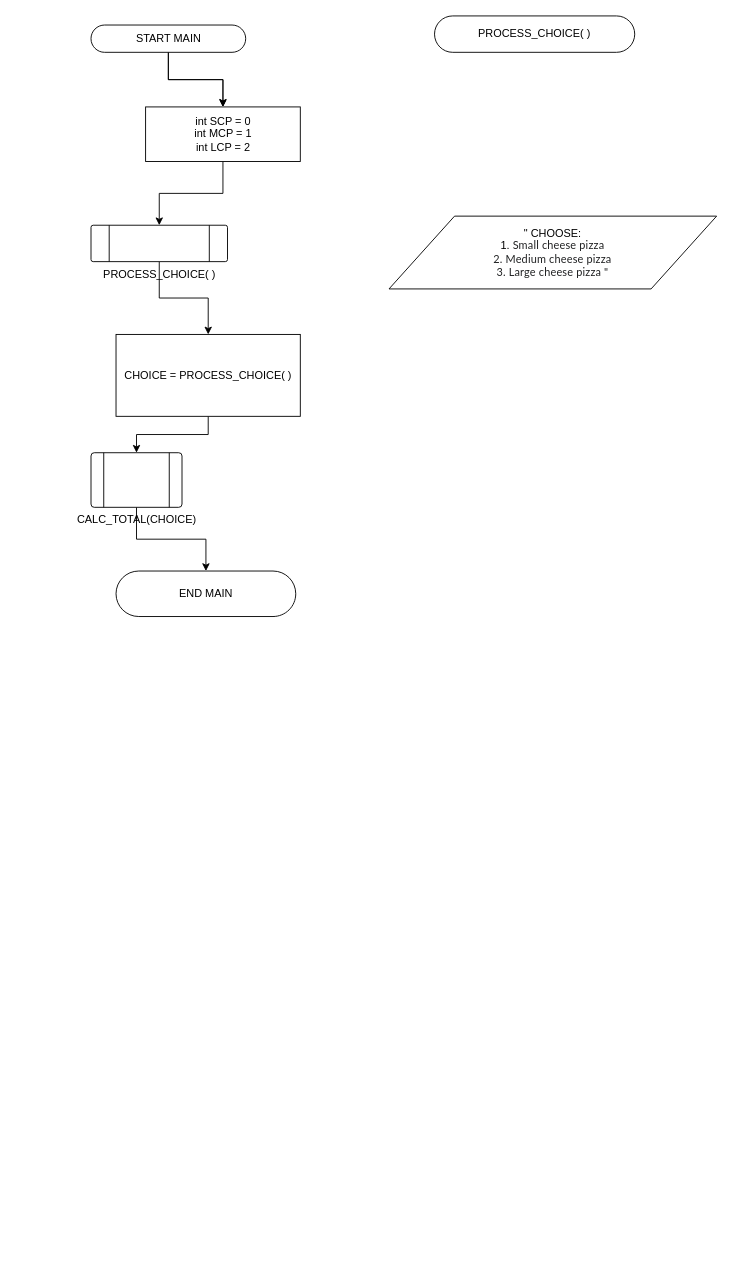
The draw.io diagram doc/Week 5 Assignment.drawio in RedjaderCode/redjader, before the edit. Source tidied: cells renumbered, new cells numbered last; positions are measured from the earlier drawing's top-left corner, leaving out a move shared by most shapes. Both pictures are drawn from the tidied source at 91%, with x=0, y=0 at pixel (90, 15).
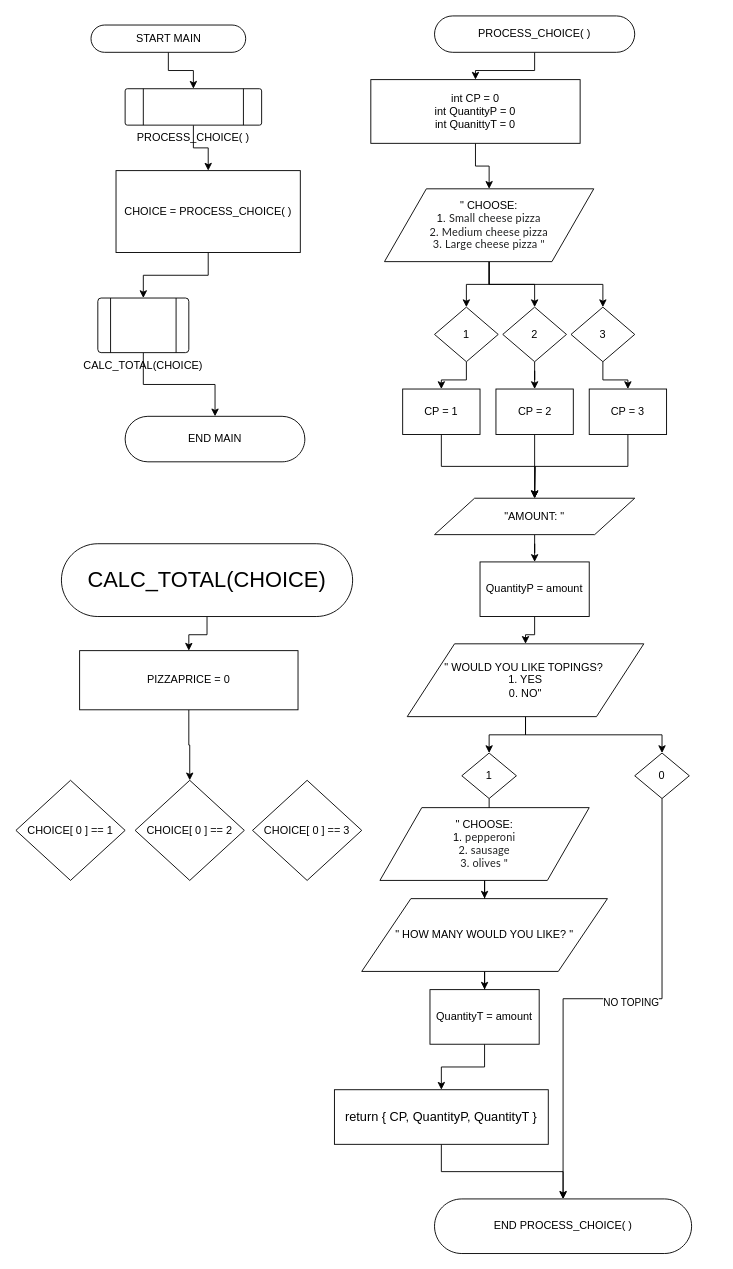
The same diagram, later.

Unchanged cells that the change refers to:
```xml
<mxCell id="4" value="START MAIN" style="html=1;dashed=0;whiteSpace=wrap;shape=mxgraph.dfd.start;" parent="1" vertex="1">
  <mxGeometry x="0.5" y="10" width="170" height="30" as="geometry" />
</mxCell>
<mxCell id="15" value="PROCESS_CHOICE( )" style="html=1;dashed=0;whiteSpace=wrap;shape=mxgraph.dfd.start;" parent="1" vertex="1">
  <mxGeometry x="378" width="220" height="40" as="geometry" />
</mxCell>
```

What changed in the source:
```diff
@@
-    <mxCell id="2" style="edgeStyle=orthogonalEdgeStyle;rounded=0;jettySize=auto;html=1;" parent="1" edge="1" source="4" target="6">
-      <mxGeometry relative="1" as="geometry" />
-    </mxCell>
-    <mxCell id="3" style="edgeStyle=orthogonalEdgeStyle;rounded=0;jettySize=auto;html=1;" parent="1" edge="1" source="4" target="6">
-      <mxGeometry relative="1" as="geometry" />
-    </mxCell>
+    <mxCell id="16" style="edgeStyle=orthogonalEdgeStyle;rounded=0;jettySize=auto;html=1;" parent="1" edge="1" source="4" target="9">
+      <mxGeometry relative="1" as="geometry" />
+    </mxCell>
@@
-    <mxCell id="5" style="edgeStyle=orthogonalEdgeStyle;rounded=0;jettySize=auto;html=1;" parent="1" edge="1" source="6" target="9">
-      <mxGeometry relative="1" as="geometry" />
-    </mxCell>
-    <mxCell id="6" value="int SCP = 0&lt;div&gt;int MCP = 1&lt;/div&gt;&lt;div&gt;int LCP = 2&lt;/div&gt;" style="html=1;dashed=0;whiteSpace=wrap;" parent="1" vertex="1">
-      <mxGeometry x="60.5" y="100" width="170" height="60" as="geometry" />
-    </mxCell>
+    <mxCell id="17" style="edgeStyle=orthogonalEdgeStyle;rounded=0;jettySize=auto;html=1;entryX=0.5;entryY=0;entryDx=0;entryDy=0;" parent="1" edge="1" source="7" target="28">
+      <mxGeometry relative="1" as="geometry" />
+    </mxCell>
+    <mxCell id="18" style="edgeStyle=orthogonalEdgeStyle;rounded=0;jettySize=auto;html=1;" parent="1" edge="1" source="7" target="24">
+      <mxGeometry relative="1" as="geometry" />
+    </mxCell>
+    <mxCell id="19" style="edgeStyle=orthogonalEdgeStyle;rounded=0;jettySize=auto;html=1;entryX=0.5;entryY=0;entryDx=0;entryDy=0;" parent="1" edge="1" source="7" target="26">
+      <mxGeometry relative="1" as="geometry" />
+    </mxCell>
     <mxCell id="7" value="&lt;font style=&quot;font-size: 12px;&quot;&gt;&quot;&amp;nbsp;&lt;/font&gt;&lt;span style=&quot;background-color: initial;&quot;&gt;CHOOSE:&lt;/span&gt;&lt;div&gt;&lt;font style=&quot;font-size: 12px;&quot;&gt;1.&amp;nbsp;&lt;span style=&quot;color: rgb(32, 33, 34); font-family: Lato, &amp;quot;Lucida Sans Unicode&amp;quot;, &amp;quot;Lucida Grande&amp;quot;, sans-serif; letter-spacing: 0.2px; text-align: start; background-color: rgb(255, 255, 255);&quot;&gt;Small cheese pizza&lt;/span&gt;&lt;/font&gt;&lt;div&gt;&lt;font style=&quot;font-size: 12px;&quot;&gt;&lt;span style=&quot;color: rgb(32, 33, 34); font-family: Lato, &amp;quot;Lucida Sans Unicode&amp;quot;, &amp;quot;Lucida Grande&amp;quot;, sans-serif; letter-spacing: 0.2px; text-align: start; background-color: rgb(255, 255, 255);&quot;&gt;2. Medium cheese pizza&lt;/span&gt;&lt;/font&gt;&lt;/div&gt;&lt;div&gt;&lt;font style=&quot;font-size: 12px;&quot;&gt;&lt;span style=&quot;color: rgb(32, 33, 34); font-family: Lato, &amp;quot;Lucida Sans Unicode&amp;quot;, &amp;quot;Lucida Grande&amp;quot;, sans-serif; letter-spacing: 0.2px; text-align: start; background-color: rgb(255, 255, 255);&quot;&gt;3. Large cheese pizza &quot;&lt;/span&gt;&lt;/font&gt;&lt;/div&gt;&lt;/div&gt;" style="shape=parallelogram;perimeter=parallelogramPerimeter;whiteSpace=wrap;html=1;dashed=0;" parent="1" vertex="1">
-      <mxGeometry x="328" y="220" width="360" height="80" as="geometry" />
+      <mxGeometry x="323" y="190" width="230" height="80" as="geometry" />
     </mxCell>
@@
     <mxCell id="9" value="PROCESS_CHOICE( )" style="verticalLabelPosition=bottom;verticalAlign=top;html=1;shape=process;whiteSpace=wrap;rounded=1;size=0.13636363636363635;arcSize=6;" parent="1" vertex="1">
-      <mxGeometry x="0.5" y="230" width="150" height="40" as="geometry" />
+      <mxGeometry x="38" y="80" width="150" height="40" as="geometry" />
     </mxCell>
@@
     <mxCell id="11" value="CHOICE = PROCESS_CHOICE( )" style="html=1;dashed=0;whiteSpace=wrap;" parent="1" vertex="1">
-      <mxGeometry x="28" y="350" width="202.5" height="90" as="geometry" />
+      <mxGeometry x="28" y="170" width="202.5" height="90" as="geometry" />
     </mxCell>
@@
     <mxCell id="13" value="CALC_TOTAL(CHOICE)" style="verticalLabelPosition=bottom;verticalAlign=top;html=1;shape=process;whiteSpace=wrap;rounded=1;size=0.14;arcSize=6;" parent="1" vertex="1">
-      <mxGeometry x="0.5" y="480" width="100" height="60" as="geometry" />
+      <mxGeometry x="8" y="310" width="100" height="60" as="geometry" />
     </mxCell>
     <mxCell id="14" value="END MAIN" style="html=1;dashed=0;whiteSpace=wrap;shape=mxgraph.dfd.start;" parent="1" vertex="1">
-      <mxGeometry x="28" y="610" width="197.5" height="50" as="geometry" />
+      <mxGeometry x="38" y="440" width="197.5" height="50" as="geometry" />
     </mxCell>
+    <mxCell id="20" style="edgeStyle=orthogonalEdgeStyle;rounded=0;jettySize=auto;html=1;" parent="1" edge="1" source="15" target="22">
+      <mxGeometry relative="1" as="geometry" />
+    </mxCell>
@@
+    <mxCell id="21" style="edgeStyle=orthogonalEdgeStyle;rounded=0;jettySize=auto;html=1;" parent="1" edge="1" source="22" target="7">
+      <mxGeometry relative="1" as="geometry" />
+    </mxCell>
+    <mxCell id="22" value="&lt;div&gt;int CP = 0&lt;/div&gt;&lt;div&gt;int QuantityP = 0&lt;/div&gt;&lt;div&gt;int QuanittyT = 0&lt;/div&gt;" style="html=1;dashed=0;whiteSpace=wrap;" parent="1" vertex="1">
+      <mxGeometry x="308" y="70" width="230" height="70" as="geometry" />
+    </mxCell>
+    <mxCell id="23" style="edgeStyle=orthogonalEdgeStyle;rounded=0;jettySize=auto;html=1;" parent="1" edge="1" source="24" target="30">
+      <mxGeometry relative="1" as="geometry" />
+    </mxCell>
+    <mxCell id="24" value="1" style="rhombus;whiteSpace=wrap;html=1;dashed=0;" parent="1" vertex="1">
+      <mxGeometry x="378" y="320" width="70" height="60" as="geometry" />
+    </mxCell>
+    <mxCell id="25" style="edgeStyle=orthogonalEdgeStyle;rounded=0;jettySize=auto;html=1;" parent="1" edge="1" source="26" target="34">
+      <mxGeometry relative="1" as="geometry" />
+    </mxCell>
+    <mxCell id="26" value="3" style="rhombus;whiteSpace=wrap;html=1;dashed=0;" parent="1" vertex="1">
+      <mxGeometry x="528" y="320" width="70" height="60" as="geometry" />
+    </mxCell>
+    <mxCell id="27" style="edgeStyle=orthogonalEdgeStyle;rounded=0;jettySize=auto;html=1;" parent="1" edge="1" source="28" target="32">
+      <mxGeometry relative="1" as="geometry" />
+    </mxCell>
+    <mxCell id="28" value="2" style="rhombus;whiteSpace=wrap;html=1;dashed=0;" parent="1" vertex="1">
+      <mxGeometry x="453" y="320" width="70" height="60" as="geometry" />
+    </mxCell>
+    <mxCell id="29" style="edgeStyle=orthogonalEdgeStyle;rounded=0;jettySize=auto;html=1;exitX=0.5;exitY=1;exitDx=0;exitDy=0;entryX=0.5;entryY=0;entryDx=0;entryDy=0;" parent="1" edge="1" source="30">
+      <mxGeometry relative="1" as="geometry">
+        <mxPoint x="488" y="530" as="targetPoint" />
+      </mxGeometry>
+    </mxCell>
+    <mxCell id="30" value="CP = 1" style="whiteSpace=wrap;html=1;dashed=0;" parent="1" vertex="1">
+      <mxGeometry x="343" y="410" width="85" height="50" as="geometry" />
+    </mxCell>
+    <mxCell id="31" style="edgeStyle=orthogonalEdgeStyle;rounded=0;jettySize=auto;html=1;" parent="1" edge="1" source="32">
+      <mxGeometry relative="1" as="geometry">
+        <mxPoint x="488" y="530" as="targetPoint" />
+      </mxGeometry>
+    </mxCell>
+    <mxCell id="32" value="CP = 2" style="whiteSpace=wrap;html=1;dashed=0;" parent="1" vertex="1">
+      <mxGeometry x="445.5" y="410" width="85" height="50" as="geometry" />
+    </mxCell>
+    <mxCell id="33" style="edgeStyle=orthogonalEdgeStyle;rounded=0;jettySize=auto;html=1;exitX=0.5;exitY=1;exitDx=0;exitDy=0;" parent="1" edge="1" source="34">
+      <mxGeometry relative="1" as="geometry">
+        <mxPoint x="488" y="530" as="targetPoint" />
+      </mxGeometry>
+    </mxCell>
+    <mxCell id="34" value="CP = 3" style="whiteSpace=wrap;html=1;dashed=0;" parent="1" vertex="1">
+      <mxGeometry x="548" y="410" width="85" height="50" as="geometry" />
+    </mxCell>
+    <mxCell id="35" style="edgeStyle=orthogonalEdgeStyle;rounded=0;jettySize=auto;html=1;" parent="1" edge="1" source="36" target="38">
+      <mxGeometry relative="1" as="geometry" />
+    </mxCell>
+    <mxCell id="36" value="&quot;AMOUNT: &quot;" style="shape=parallelogram;perimeter=parallelogramPerimeter;whiteSpace=wrap;html=1;dashed=0;" parent="1" vertex="1">
+      <mxGeometry x="378" y="530" width="220" height="40" as="geometry" />
+    </mxCell>
+    <mxCell id="37" style="edgeStyle=orthogonalEdgeStyle;rounded=0;jettySize=auto;html=1;" parent="1" edge="1" source="38" target="41">
+      <mxGeometry relative="1" as="geometry" />
+    </mxCell>
+    <mxCell id="38" value="QuantityP = amount" style="whiteSpace=wrap;html=1;dashed=0;" parent="1" vertex="1">
+      <mxGeometry x="428" y="600" width="120" height="60" as="geometry" />
+    </mxCell>
+    <mxCell id="39" style="edgeStyle=orthogonalEdgeStyle;rounded=0;jettySize=auto;html=1;entryX=0.5;entryY=0;entryDx=0;entryDy=0;" parent="1" edge="1" source="41" target="43">
+      <mxGeometry relative="1" as="geometry" />
+    </mxCell>
+    <mxCell id="40" style="edgeStyle=orthogonalEdgeStyle;rounded=0;jettySize=auto;html=1;entryX=0.5;entryY=0;entryDx=0;entryDy=0;" parent="1" edge="1" source="41" target="44">
+      <mxGeometry relative="1" as="geometry" />
+    </mxCell>
+    <mxCell id="41" value="&quot; WOULD YOU LIKE TOPINGS?&amp;nbsp;&lt;div&gt;1. YES&lt;/div&gt;&lt;div&gt;0. NO&lt;span style=&quot;background-color: initial;&quot;&gt;&quot;&lt;/span&gt;&lt;/div&gt;" style="shape=parallelogram;perimeter=parallelogramPerimeter;whiteSpace=wrap;html=1;dashed=0;" parent="1" vertex="1">
+      <mxGeometry x="348" y="690" width="260" height="80" as="geometry" />
+    </mxCell>
+    <mxCell id="42" style="edgeStyle=orthogonalEdgeStyle;rounded=0;jettySize=auto;html=1;" parent="1" edge="1" source="43" target="46">
+      <mxGeometry relative="1" as="geometry" />
+    </mxCell>
+    <mxCell id="43" value="1" style="shape=rhombus;html=1;dashed=0;whiteSpace=wrap;perimeter=rhombusPerimeter;" parent="1" vertex="1">
+      <mxGeometry x="408" y="810" width="60" height="50" as="geometry" />
+    </mxCell>
+    <mxCell id="44" value="0" style="shape=rhombus;html=1;dashed=0;whiteSpace=wrap;perimeter=rhombusPerimeter;" parent="1" vertex="1">
+      <mxGeometry x="598" y="810" width="60" height="50" as="geometry" />
+    </mxCell>
+    <mxCell id="45" style="edgeStyle=orthogonalEdgeStyle;rounded=0;jettySize=auto;html=1;" parent="1" edge="1" source="46" target="48">
+      <mxGeometry relative="1" as="geometry" />
+    </mxCell>
+    <mxCell id="46" value="&lt;font style=&quot;font-size: 12px;&quot;&gt;&quot;&amp;nbsp;&lt;/font&gt;&lt;span style=&quot;background-color: initial;&quot;&gt;CHOOSE:&lt;/span&gt;&lt;div&gt;&lt;div style=&quot;text-align: start;&quot;&gt;&lt;span style=&quot;background-color: initial;&quot;&gt;1. &lt;/span&gt;&lt;font face=&quot;Lato, Lucida Sans Unicode, Lucida Grande, sans-serif&quot; color=&quot;#202122&quot;&gt;&lt;span style=&quot;letter-spacing: 0.2px; background-color: rgb(255, 255, 255);&quot;&gt;pepperoni&lt;/span&gt;&lt;/font&gt;&lt;/div&gt;&lt;div&gt;&lt;font style=&quot;font-size: 12px;&quot;&gt;&lt;span style=&quot;color: rgb(32, 33, 34); font-family: Lato, &amp;quot;Lucida Sans Unicode&amp;quot;, &amp;quot;Lucida Grande&amp;quot;, sans-serif; letter-spacing: 0.2px; text-align: start; background-color: rgb(255, 255, 255);&quot;&gt;2. sausage&lt;/span&gt;&lt;/font&gt;&lt;/div&gt;&lt;div&gt;&lt;font style=&quot;font-size: 12px;&quot;&gt;&lt;span style=&quot;color: rgb(32, 33, 34); font-family: Lato, &amp;quot;Lucida Sans Unicode&amp;quot;, &amp;quot;Lucida Grande&amp;quot;, sans-serif; letter-spacing: 0.2px; text-align: start; background-color: rgb(255, 255, 255);&quot;&gt;3. olives &quot;&lt;/span&gt;&lt;/font&gt;&lt;/div&gt;&lt;/div&gt;" style="shape=parallelogram;perimeter=parallelogramPerimeter;whiteSpace=wrap;html=1;dashed=0;" parent="1" vertex="1">
+      <mxGeometry x="318" y="870" width="230" height="80" as="geometry" />
+    </mxCell>
+    <mxCell id="47" style="edgeStyle=orthogonalEdgeStyle;rounded=0;jettySize=auto;html=1;" parent="1" edge="1" source="48" target="50">
+      <mxGeometry relative="1" as="geometry" />
+    </mxCell>
+    <mxCell id="48" value="&quot; HOW MANY WOULD YOU LIKE? &quot;" style="shape=parallelogram;perimeter=parallelogramPerimeter;whiteSpace=wrap;html=1;dashed=0;" parent="1" vertex="1">
+      <mxGeometry x="298" y="970" width="270" height="80" as="geometry" />
+    </mxCell>
+    <mxCell id="49" style="edgeStyle=orthogonalEdgeStyle;rounded=0;jettySize=auto;html=1;" parent="1" edge="1" source="50" target="52">
+      <mxGeometry relative="1" as="geometry" />
+    </mxCell>
+    <mxCell id="50" value="QuantityT = amount" style="whiteSpace=wrap;html=1;dashed=0;" parent="1" vertex="1">
+      <mxGeometry x="373" y="1070" width="120" height="60" as="geometry" />
+    </mxCell>
+    <mxCell id="51" style="edgeStyle=orthogonalEdgeStyle;rounded=0;jettySize=auto;html=1;" parent="1" edge="1" source="52" target="53">
+      <mxGeometry relative="1" as="geometry" />
+    </mxCell>
+    <mxCell id="52" value="&lt;font style=&quot;font-size: 14px;&quot;&gt;return { CP, QuantityP, QuantityT }&lt;/font&gt;" style="whiteSpace=wrap;html=1;dashed=0;" parent="1" vertex="1">
+      <mxGeometry x="268" y="1180" width="235" height="60" as="geometry" />
+    </mxCell>
+    <mxCell id="53" value="END PROCESS_CHOICE( )" style="html=1;dashed=0;whiteSpace=wrap;shape=mxgraph.dfd.start;" parent="1" vertex="1">
+      <mxGeometry x="378" y="1300" width="282.5" height="60" as="geometry" />
+    </mxCell>
+    <mxCell id="54" style="edgeStyle=orthogonalEdgeStyle;rounded=0;jettySize=auto;html=1;entryX=0.5;entryY=0.5;entryDx=0;entryDy=-30;entryPerimeter=0;" parent="1" edge="1" source="44" target="53">
+      <mxGeometry relative="1" as="geometry" />
+    </mxCell>
+    <mxCell id="55" value="NO TOPING" style="edgeLabel;html=1;align=center;verticalAlign=middle;" parent="54" vertex="1">
+      <mxGeometry x="-0.07" y="4" relative="1" as="geometry" />
+    </mxCell>
+    <mxCell id="56" style="edgeStyle=orthogonalEdgeStyle;rounded=0;jettySize=auto;html=1;" parent="1" edge="1" source="57" target="60">
+      <mxGeometry relative="1" as="geometry" />
+    </mxCell>
+    <mxCell id="57" value="&lt;font style=&quot;font-size: 24px;&quot;&gt;CALC_TOTAL(CHOICE)&lt;/font&gt;" style="html=1;dashed=0;whiteSpace=wrap;shape=mxgraph.dfd.start;" parent="1" vertex="1">
+      <mxGeometry x="-32" y="580" width="320" height="80" as="geometry" />
+    </mxCell>
+    <mxCell id="58" value="CHOICE[ 0 ] == 2" style="shape=rhombus;html=1;dashed=0;whiteSpace=wrap;perimeter=rhombusPerimeter;" parent="1" vertex="1">
+      <mxGeometry x="49" y="840" width="120" height="110" as="geometry" />
+    </mxCell>
+    <mxCell id="59" style="edgeStyle=orthogonalEdgeStyle;rounded=0;jettySize=auto;html=1;" parent="1" edge="1" source="60" target="58">
+      <mxGeometry relative="1" as="geometry" />
+    </mxCell>
+    <mxCell id="60" value="PIZZAPRICE = 0" style="html=1;dashed=0;whiteSpace=wrap;" parent="1" vertex="1">
+      <mxGeometry x="-12" y="697.5" width="240" height="65" as="geometry" />
+    </mxCell>
+    <mxCell id="61" value="CHOICE[ 0 ] == 1" style="shape=rhombus;html=1;dashed=0;whiteSpace=wrap;perimeter=rhombusPerimeter;" parent="1" vertex="1">
+      <mxGeometry x="-82" y="840" width="120" height="110" as="geometry" />
+    </mxCell>
+    <mxCell id="62" value="CHOICE[ 0 ] == 3" style="shape=rhombus;html=1;dashed=0;whiteSpace=wrap;perimeter=rhombusPerimeter;" parent="1" vertex="1">
+      <mxGeometry x="178" y="840" width="120" height="110" as="geometry" />
+    </mxCell>
```
